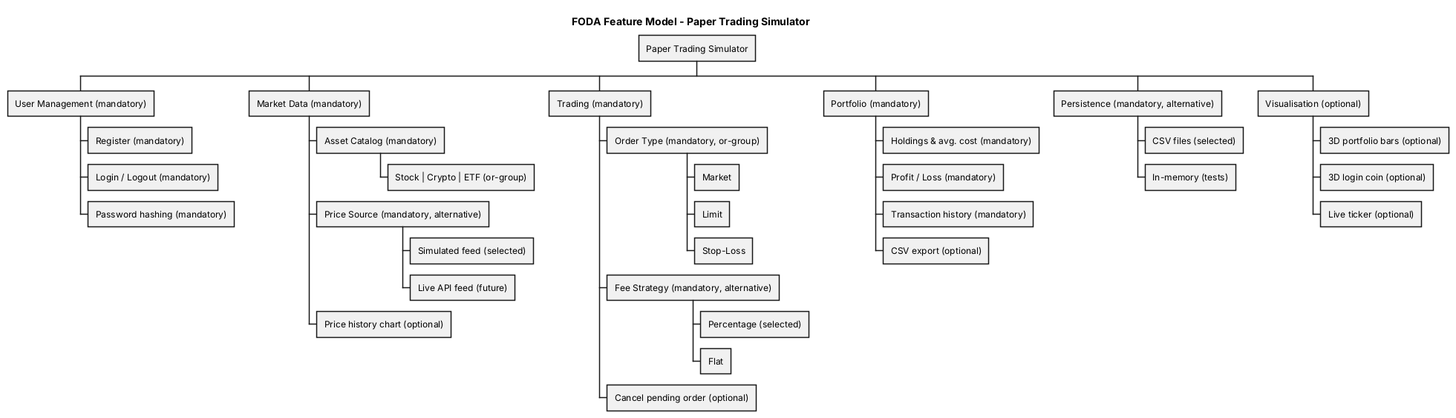
Aarav471471/Finance-paper-trading-simulator keeps this PlantUML diagram as docs/uml/feature-model.png. Above is the earlier version.
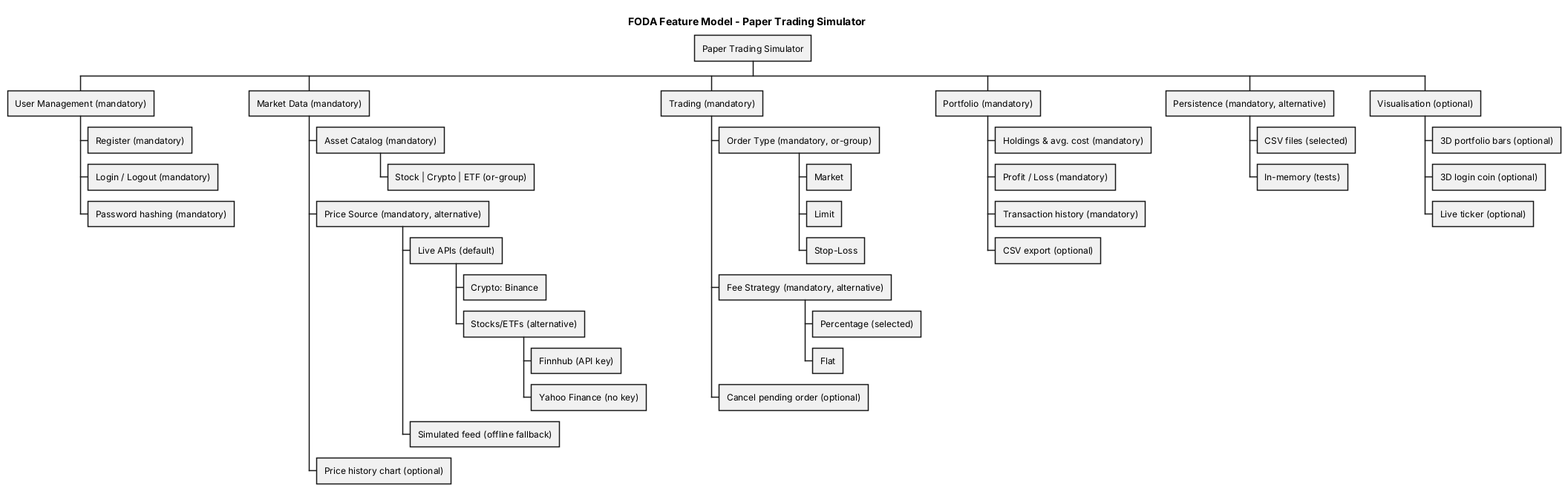
The same diagram one commit later.

Change to the diagram source:
```diff
@@ -9,8 +9,12 @@
 *** Asset Catalog (mandatory)
 **** Stock | Crypto | ETF (or-group)
 *** Price Source (mandatory, alternative)
-**** Simulated feed (selected)
-**** Live API feed (future)
+**** Live APIs (default)
+***** Crypto: Binance
+***** Stocks/ETFs (alternative)
+****** Finnhub (API key)
+****** Yahoo Finance (no key)
+**** Simulated feed (offline fallback)
 *** Price history chart (optional)
 ** Trading (mandatory)
 *** Order Type (mandatory, or-group)
```
